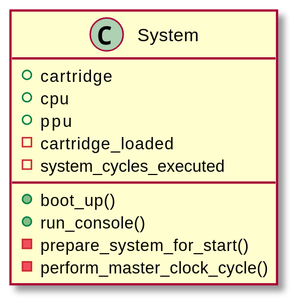
Earlier version of the PlantUML export doc/system/system.svg (Enigma717/yume-nes).
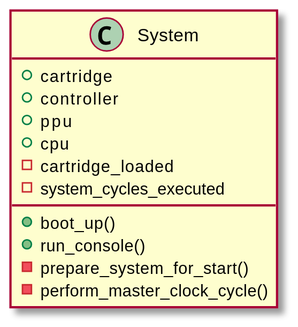
The same diagram one commit later.

The edit, as a diff of the source:
```diff
@@ -4,8 +4,9 @@
 
 class System {
 + cartridge
++ controller
++ ppu
 + cpu
-+ ppu
 - cartridge_loaded
 - system_cycles_executed
 
```
